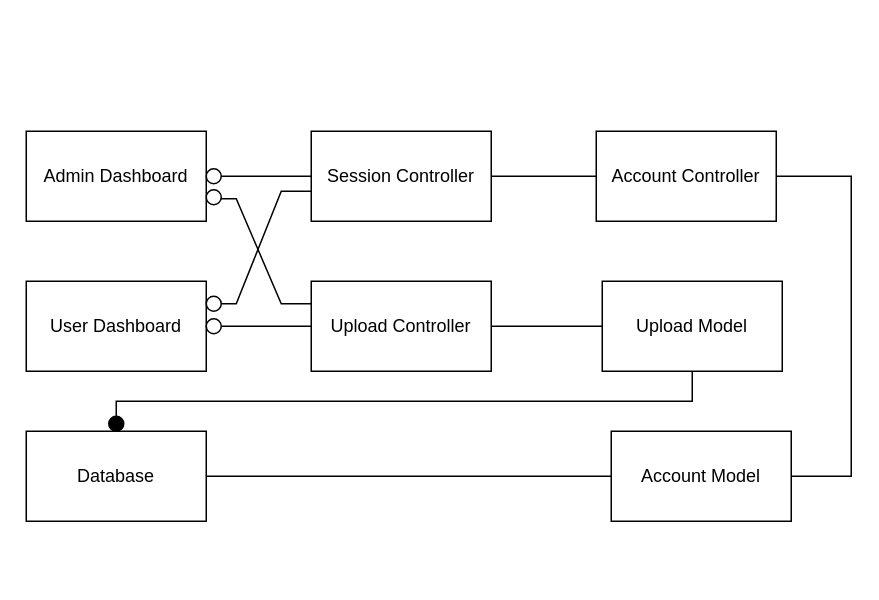
LutherCeltors/python_project keeps this draw.io diagram as Logical View.drawio. Above is the earlier version. Source tidied: cells renumbered, new cells numbered last; positions are measured from the earlier drawing's top-left corner, leaving out a move shared by most shapes. Both pictures are drawn from the tidied source at 150%, with x=0, y=0 at pixel (26, 130).
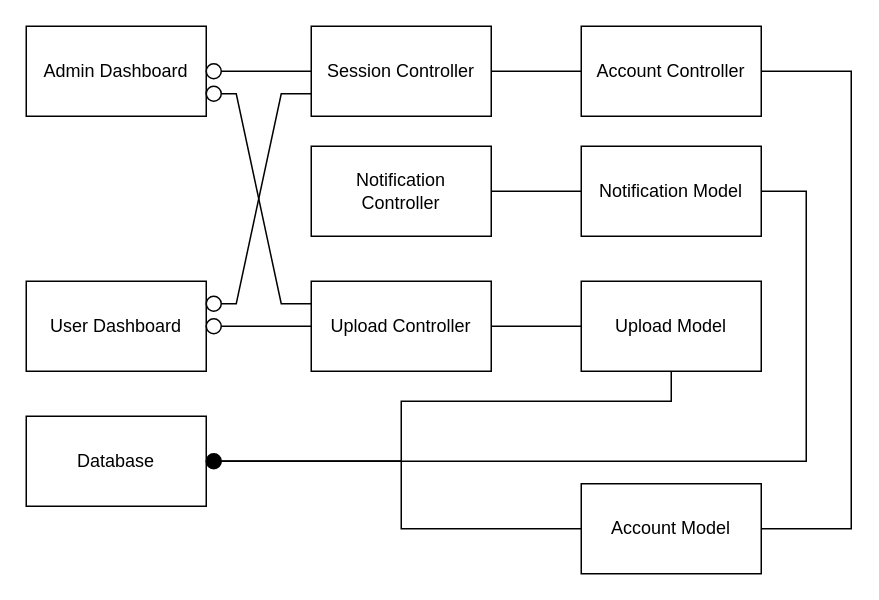
The same diagram, later.

Unchanged cells that the change refers to:
```xml
<mxCell id="3" value="Upload Controller" style="rounded=0;whiteSpace=wrap;html=1;" parent="1" vertex="1">
  <mxGeometry x="190" y="100" width="120" height="60" as="geometry" />
</mxCell>
<mxCell id="24" style="ellipse;whiteSpace=wrap;html=1;" parent="1" vertex="1">
  <mxGeometry x="120" y="110" width="10" height="10" as="geometry" />
</mxCell>
```

What changed in the source:
```diff
@@
     <mxCell id="2" value="Admin Dashboard" style="rounded=0;whiteSpace=wrap;html=1;" parent="1" vertex="1">
-      <mxGeometry width="120" height="60" as="geometry" />
+      <mxGeometry y="-70" width="120" height="60" as="geometry" />
     </mxCell>
@@
     <mxCell id="4" value="Session Controller" style="rounded=0;whiteSpace=wrap;html=1;" parent="1" vertex="1">
-      <mxGeometry x="190" width="120" height="60" as="geometry" />
+      <mxGeometry x="190" y="-70" width="120" height="60" as="geometry" />
     </mxCell>
@@
     <mxCell id="6" value="Upload Model" style="rounded=0;whiteSpace=wrap;html=1;" parent="1" vertex="1">
-      <mxGeometry x="384" y="100" width="120" height="60" as="geometry" />
+      <mxGeometry x="370" y="100" width="120" height="60" as="geometry" />
     </mxCell>
     <mxCell id="7" value="Account Controller" style="rounded=0;whiteSpace=wrap;html=1;" parent="1" vertex="1">
-      <mxGeometry x="380" width="120" height="60" as="geometry" />
+      <mxGeometry x="370" y="-70" width="120" height="60" as="geometry" />
     </mxCell>
     <mxCell id="8" value="Database" style="rounded=0;whiteSpace=wrap;html=1;" parent="1" vertex="1">
-      <mxGeometry y="200" width="120" height="60" as="geometry" />
+      <mxGeometry y="190" width="120" height="60" as="geometry" />
     </mxCell>
     <mxCell id="9" value="Account Model" style="rounded=0;whiteSpace=wrap;html=1;" parent="1" vertex="1">
-      <mxGeometry x="390" y="200" width="120" height="60" as="geometry" />
+      <mxGeometry x="370" y="235" width="120" height="60" as="geometry" />
     </mxCell>
@@
-    <mxCell id="12" style="endArrow=none;html=1;rounded=0;exitX=1;exitY=0.5;exitDx=0;exitDy=0;entryX=0;entryY=0.5;entryDx=0;entryDy=0;" parent="1" edge="1" source="8" target="9">
-      <mxGeometry relative="1" as="geometry" />
+    <mxCell id="12" style="endArrow=none;html=1;rounded=0;exitX=1;exitY=0.5;exitDx=0;exitDy=0;entryX=0;entryY=0.5;entryDx=0;entryDy=0;" parent="1" edge="1" source="34" target="9">
+      <mxGeometry relative="1" as="geometry">
+        <Array as="points">
+          <mxPoint x="250" y="220" />
+          <mxPoint x="250" y="265" />
+        </Array>
+      </mxGeometry>
     </mxCell>
-    <mxCell id="13" style="endArrow=none;html=1;rounded=0;exitX=0.5;exitY=0;exitDx=0;exitDy=0;entryX=0.5;entryY=1;entryDx=0;entryDy=0;" parent="1" edge="1" source="28" target="6">
+    <mxCell id="13" style="endArrow=none;html=1;rounded=0;entryX=0.5;entryY=1;entryDx=0;entryDy=0;exitX=1;exitY=0.5;exitDx=0;exitDy=0;" parent="1" edge="1" source="34" target="6">
       <mxGeometry relative="1" as="geometry">
         <Array as="points">
-          <mxPoint x="60" y="180" />
+          <mxPoint x="250" y="220" />
+          <mxPoint x="250" y="200" />
           <mxPoint x="250" y="180" />
-          <mxPoint x="444" y="180" />
+          <mxPoint x="430" y="180" />
         </Array>
       </mxGeometry>
     </mxCell>
@@
     <mxCell id="17" style="endArrow=none;html=1;rounded=0;exitX=1;exitY=0.5;exitDx=0;exitDy=0;entryX=1;entryY=0.5;entryDx=0;entryDy=0;" parent="1" edge="1" source="9" target="7">
       <mxGeometry relative="1" as="geometry">
         <Array as="points">
-          <mxPoint x="550" y="230" />
+          <mxPoint x="550" y="265" />
           <mxPoint x="550" y="30" />
+          <mxPoint x="550" y="-40" />
         </Array>
       </mxGeometry>
     </mxCell>
-    <mxCell id="18" style="endArrow=none;html=1;rounded=0;entryX=1;entryY=0.75;entryDx=0;entryDy=0;exitX=0;exitY=0.25;exitDx=0;exitDy=0;" parent="1" edge="1" source="3" target="2">
-      <mxGeometry relative="1" as="geometry">
-        <Array as="points">
-          <mxPoint x="170" y="115" />
-          <mxPoint x="140" y="45" />
-        </Array>
-      </mxGeometry>
+    <mxCell id="18" style="endArrow=none;html=1;rounded=0;entryX=1;entryY=0.75;entryDx=0;entryDy=0;exitX=0;exitY=0.25;exitDx=0;exitDy=0;" parent="1" edge="1" source="22" target="2">
+      <mxGeometry relative="1" as="geometry" />
     </mxCell>
-    <mxCell id="19" style="endArrow=none;html=1;rounded=0;exitX=1;exitY=0.5;exitDx=0;exitDy=0;" parent="1" edge="1" source="24">
+    <mxCell id="19" style="endArrow=none;html=1;rounded=0;exitX=1;exitY=0.5;exitDx=0;exitDy=0;entryX=0;entryY=0.75;entryDx=0;entryDy=0;" parent="1" edge="1" source="24" target="4">
       <mxGeometry relative="1" as="geometry">
-        <mxPoint x="190" y="40" as="targetPoint" />
         <Array as="points">
           <mxPoint x="140" y="115" />
-          <mxPoint x="170" y="40" />
+          <mxPoint x="170" y="-25" />
         </Array>
       </mxGeometry>
     </mxCell>
@@
     <mxCell id="21" style="ellipse;whiteSpace=wrap;html=1;" parent="1" vertex="1">
-      <mxGeometry x="120" y="25" width="10" height="10" as="geometry" />
+      <mxGeometry x="120" y="-45" width="10" height="10" as="geometry" />
     </mxCell>
-    <mxCell id="22" style="ellipse;whiteSpace=wrap;html=1;" parent="1" vertex="1">
-      <mxGeometry x="120" y="39" width="10" height="10" as="geometry" />
-    </mxCell>
@@
-    <mxCell id="27" style="endArrow=none;html=1;rounded=0;exitX=0.5;exitY=0;exitDx=0;exitDy=0;entryX=0.5;entryY=1;entryDx=0;entryDy=0;" parent="1" edge="1" source="8" target="28">
-      <mxGeometry relative="1" as="geometry" />
-    </mxCell>
-    <mxCell id="28" style="ellipse;whiteSpace=wrap;html=1;fillColor=#000000;" parent="1" vertex="1">
-      <mxGeometry x="55" y="190" width="10" height="10" as="geometry" />
-    </mxCell>
+    <mxCell id="29" style="endArrow=none;html=1;rounded=0;entryX=1;entryY=0.5;entryDx=0;entryDy=0;exitX=0;exitY=0.25;exitDx=0;exitDy=0;" parent="1" edge="1" source="3" target="22">
+      <mxGeometry relative="1" as="geometry">
+        <Array as="points">
+          <mxPoint x="170" y="115" />
+          <mxPoint x="140" y="-25" />
+          <mxPoint x="130" y="-25" />
+        </Array>
+      </mxGeometry>
+    </mxCell>
+    <mxCell id="22" style="ellipse;whiteSpace=wrap;html=1;" parent="1" vertex="1">
+      <mxGeometry x="120" y="-30" width="10" height="10" as="geometry" />
+    </mxCell>
+    <mxCell id="30" value="Notification &lt;br&gt;Controller" style="rounded=0;whiteSpace=wrap;html=1;" parent="1" vertex="1">
+      <mxGeometry x="190" y="10" width="120" height="60" as="geometry" />
+    </mxCell>
+    <mxCell id="31" value="Notification Model" style="rounded=0;whiteSpace=wrap;html=1;" parent="1" vertex="1">
+      <mxGeometry x="370" y="10" width="120" height="60" as="geometry" />
+    </mxCell>
+    <mxCell id="32" style="endArrow=none;html=1;rounded=0;exitX=1;exitY=0.5;exitDx=0;exitDy=0;entryX=0;entryY=0.5;entryDx=0;entryDy=0;" parent="1" edge="1" source="30" target="31">
+      <mxGeometry relative="1" as="geometry" />
+    </mxCell>
+    <mxCell id="33" style="endArrow=none;html=1;rounded=0;exitX=1;exitY=0.5;exitDx=0;exitDy=0;entryX=0;entryY=0.5;entryDx=0;entryDy=0;" parent="1" edge="1" source="8" target="34">
+      <mxGeometry relative="1" as="geometry" />
+    </mxCell>
+    <mxCell id="34" style="ellipse;whiteSpace=wrap;html=1;fillColor=#000000;" parent="1" vertex="1">
+      <mxGeometry x="120" y="215" width="10" height="10" as="geometry" />
+    </mxCell>
+    <mxCell id="35" style="endArrow=none;html=1;rounded=0;entryX=1;entryY=0.5;entryDx=0;entryDy=0;exitX=1;exitY=0.5;exitDx=0;exitDy=0;" parent="1" edge="1" source="34" target="31">
+      <mxGeometry relative="1" as="geometry">
+        <Array as="points">
+          <mxPoint x="320" y="220" />
+          <mxPoint x="520" y="220" />
+          <mxPoint x="520" y="130" />
+          <mxPoint x="520" y="40" />
+        </Array>
+      </mxGeometry>
+    </mxCell>
```
